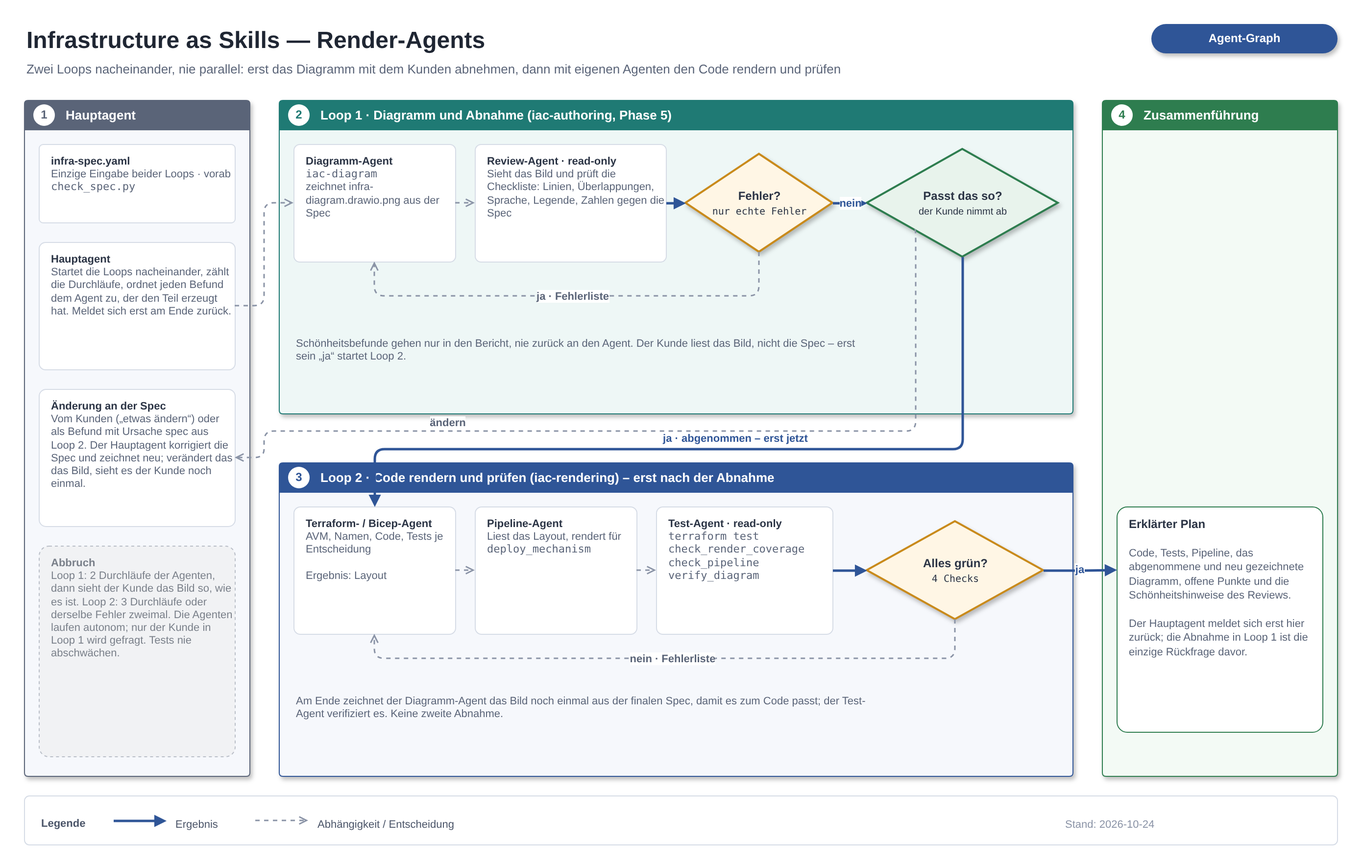
Before: docs/process-agents.drawio.png, a diagram exported from draw.io (LemurDaniel/Infrastructure-as-Skills-Azure). Source tidied: cells renumbered, new cells last; positions are measured from the earlier drawing's top-left corner, leaving out a move shared by most shapes.
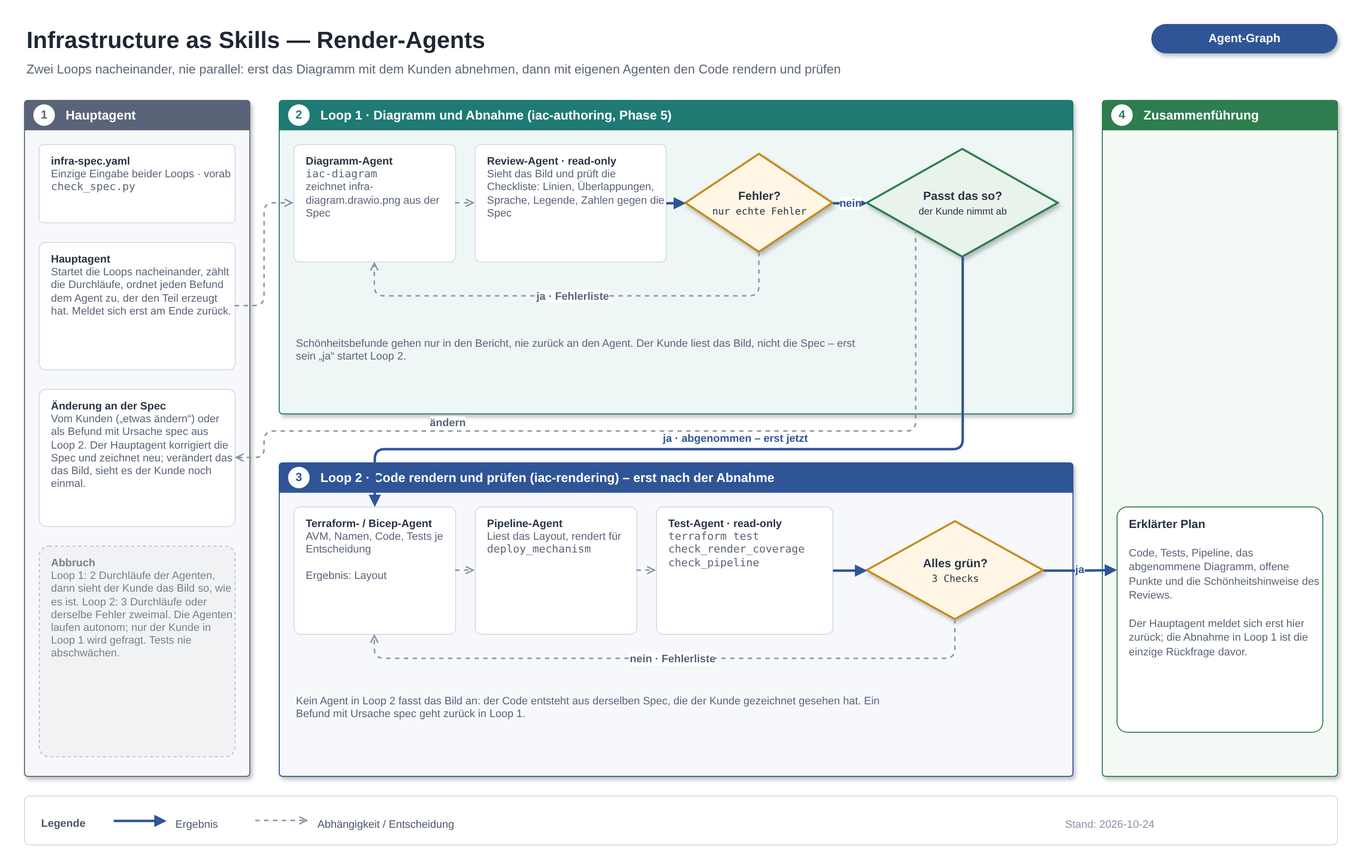
Above is the later version.

Commit message:
Leave the signed-off diagram alone during the render

What changed in the source:
```diff
@@ -97,13 +97,13 @@
     <mxCell id="27" value="&lt;b&gt;Pipeline-Agent&lt;/b&gt;&lt;br&gt;&lt;span style=&quot;font-weight:normal;font-size:11px;color:#5A6478&quot;&gt;Liest das Layout, rendert für &lt;font face=&quot;Consolas&quot; style=&quot;font-size:11px&quot;&gt;deploy_mechanism&lt;/font&gt;&lt;/span&gt;" style="rounded=1;arcSize=5;strokeColor=#D6DCE6;fillColor=#FFFFFF;align=left;verticalAlign=top;spacingLeft=10;spacingTop=4;fontSize=11;fontColor=#2B3445;fontFamily=Helvetica;html=1;whiteSpace=wrap;" parent="1" vertex="1">
       <mxGeometry x="460" y="497" width="165" height="130" as="geometry" />
     </mxCell>
-    <mxCell id="28" value="&lt;b&gt;Test-Agent · read-only&lt;/b&gt;&lt;br&gt;&lt;span style=&quot;font-weight:normal;font-size:11px;color:#5A6478&quot;&gt;&lt;font face=&quot;Consolas&quot; style=&quot;font-size:11px&quot;&gt;terraform test&lt;br&gt;check_render_coverage&lt;br&gt;check_pipeline&lt;br&gt;verify_diagram&lt;/font&gt;&lt;/span&gt;" style="rounded=1;arcSize=5;strokeColor=#D6DCE6;fillColor=#FFFFFF;align=left;verticalAlign=top;spacingLeft=10;spacingTop=4;fontSize=11;fontColor=#2B3445;fontFamily=Helvetica;html=1;whiteSpace=wrap;" parent="1" vertex="1">
+    <mxCell id="28" value="&lt;b&gt;Test-Agent · read-only&lt;/b&gt;&lt;br&gt;&lt;span style=&quot;font-weight:normal;font-size:11px;color:#5A6478&quot;&gt;&lt;font face=&quot;Consolas&quot; style=&quot;font-size:11px&quot;&gt;terraform test&lt;br&gt;check_render_coverage&lt;br&gt;check_pipeline&lt;/font&gt;&lt;/span&gt;" style="rounded=1;arcSize=5;strokeColor=#D6DCE6;fillColor=#FFFFFF;align=left;verticalAlign=top;spacingLeft=10;spacingTop=4;fontSize=11;fontColor=#2B3445;fontFamily=Helvetica;html=1;whiteSpace=wrap;" parent="1" vertex="1">
       <mxGeometry x="645" y="497" width="180" height="130" as="geometry" />
     </mxCell>
-    <mxCell id="29" value="&lt;b&gt;Alles grün?&lt;/b&gt;&lt;br&gt;&lt;font face=&quot;Consolas&quot; style=&quot;font-size:10px&quot;&gt;4 Checks&lt;/font&gt;" style="rhombus;fillColor=#FFF6E5;strokeColor=#C98A1B;strokeWidth=2;fontSize=12;fontColor=#2B3445;shadow=1;fontFamily=Helvetica;html=1;whiteSpace=wrap;" parent="1" vertex="1">
+    <mxCell id="29" value="&lt;b&gt;Alles grün?&lt;/b&gt;&lt;br&gt;&lt;font face=&quot;Consolas&quot; style=&quot;font-size:10px&quot;&gt;3 Checks&lt;/font&gt;" style="rhombus;fillColor=#FFF6E5;strokeColor=#C98A1B;strokeWidth=2;fontSize=12;fontColor=#2B3445;shadow=1;fontFamily=Helvetica;html=1;whiteSpace=wrap;" parent="1" vertex="1">
       <mxGeometry x="860" y="512" width="180" height="100" as="geometry" />
     </mxCell>
-    <mxCell id="30" value="Am Ende zeichnet der Diagramm-Agent das Bild noch einmal aus der finalen Spec, damit es zum Code passt; der Test-Agent verifiziert es. Keine zweite Abnahme." style="text;align=left;verticalAlign=top;fontSize=11;fontColor=#5A6478;fontFamily=Helvetica;html=1;whiteSpace=wrap;" parent="1" vertex="1">
+    <mxCell id="30" value="Kein Agent in Loop 2 fasst das Bild an: der Code entsteht aus derselben Spec, die der Kunde gezeichnet gesehen hat. Ein Befund mit Ursache spec geht zurück in Loop 1." style="text;align=left;verticalAlign=top;fontSize=11;fontColor=#5A6478;fontFamily=Helvetica;html=1;whiteSpace=wrap;" parent="1" vertex="1">
       <mxGeometry x="275" y="682" width="600" height="50" as="geometry" />
     </mxCell>
     <mxCell id="31" value="ja · abgenommen – erst jetzt" style="edgeStyle=orthogonalEdgeStyle;rounded=1;strokeColor=#2F5597;strokeWidth=2.5;endArrow=block;endFill=1;fontSize=11;fontStyle=1;fontColor=#2F5597;labelBackgroundColor=#FFFFFF;fontFamily=Helvetica;html=1;exitX=0.5;exitY=1;entryX=0.5;entryY=0;" parent="1" edge="1" source="16" target="26">
@@ -138,7 +138,7 @@
     <mxCell id="37" value="4" style="ellipse;fillColor=#FFFFFF;strokeColor=none;fontColor=#2E7D4F;fontStyle=1;fontSize=12;fontFamily=Helvetica;html=1;whiteSpace=wrap;" parent="36" vertex="1">
       <mxGeometry x="9" y="4" width="22" height="22" as="geometry" />
     </mxCell>
-    <mxCell id="38" value="&lt;b&gt;Erklärter Plan&lt;/b&gt;&lt;br&gt;&lt;br&gt;&lt;span style=&quot;font-weight:normal;font-size:11px;color:#5A6478&quot;&gt;Code, Tests, Pipeline, das abgenommene und neu gezeichnete Diagramm, offene Punkte und die Schönheitshinweise des Reviews.&lt;br&gt;&lt;br&gt;Der Hauptagent meldet sich erst hier zurück; die Abnahme in Loop 1 ist die einzige Rückfrage davor.&lt;/span&gt;" style="rounded=1;arcSize=5;strokeColor=#2E7D4F;fillColor=#FFFFFF;align=left;verticalAlign=top;spacingLeft=10;spacingTop=4;fontSize=12;fontColor=#2B3445;fontFamily=Helvetica;html=1;whiteSpace=wrap;" parent="1" vertex="1">
+    <mxCell id="38" value="&lt;b&gt;Erklärter Plan&lt;/b&gt;&lt;br&gt;&lt;br&gt;&lt;span style=&quot;font-weight:normal;font-size:11px;color:#5A6478&quot;&gt;Code, Tests, Pipeline, das abgenommene Diagramm, offene Punkte und die Schönheitshinweise des Reviews.&lt;br&gt;&lt;br&gt;Der Hauptagent meldet sich erst hier zurück; die Abnahme in Loop 1 ist die einzige Rückfrage davor.&lt;/span&gt;" style="rounded=1;arcSize=5;strokeColor=#2E7D4F;fillColor=#FFFFFF;align=left;verticalAlign=top;spacingLeft=10;spacingTop=4;fontSize=12;fontColor=#2B3445;fontFamily=Helvetica;html=1;whiteSpace=wrap;" parent="1" vertex="1">
       <mxGeometry x="1115" y="497" width="210" height="230" as="geometry" />
     </mxCell>
     <mxCell id="39" value="ja" style="edgeStyle=orthogonalEdgeStyle;rounded=1;strokeColor=#2F5597;strokeWidth=2.5;endArrow=block;endFill=1;fontSize=11;fontStyle=1;fontColor=#2F5597;labelBackgroundColor=#FFFFFF;fontFamily=Helvetica;html=1;whiteSpace=wrap;exitX=1;exitY=0.5;entryX=0;entryY=0.28;" parent="1" edge="1" source="29" target="38">
```
